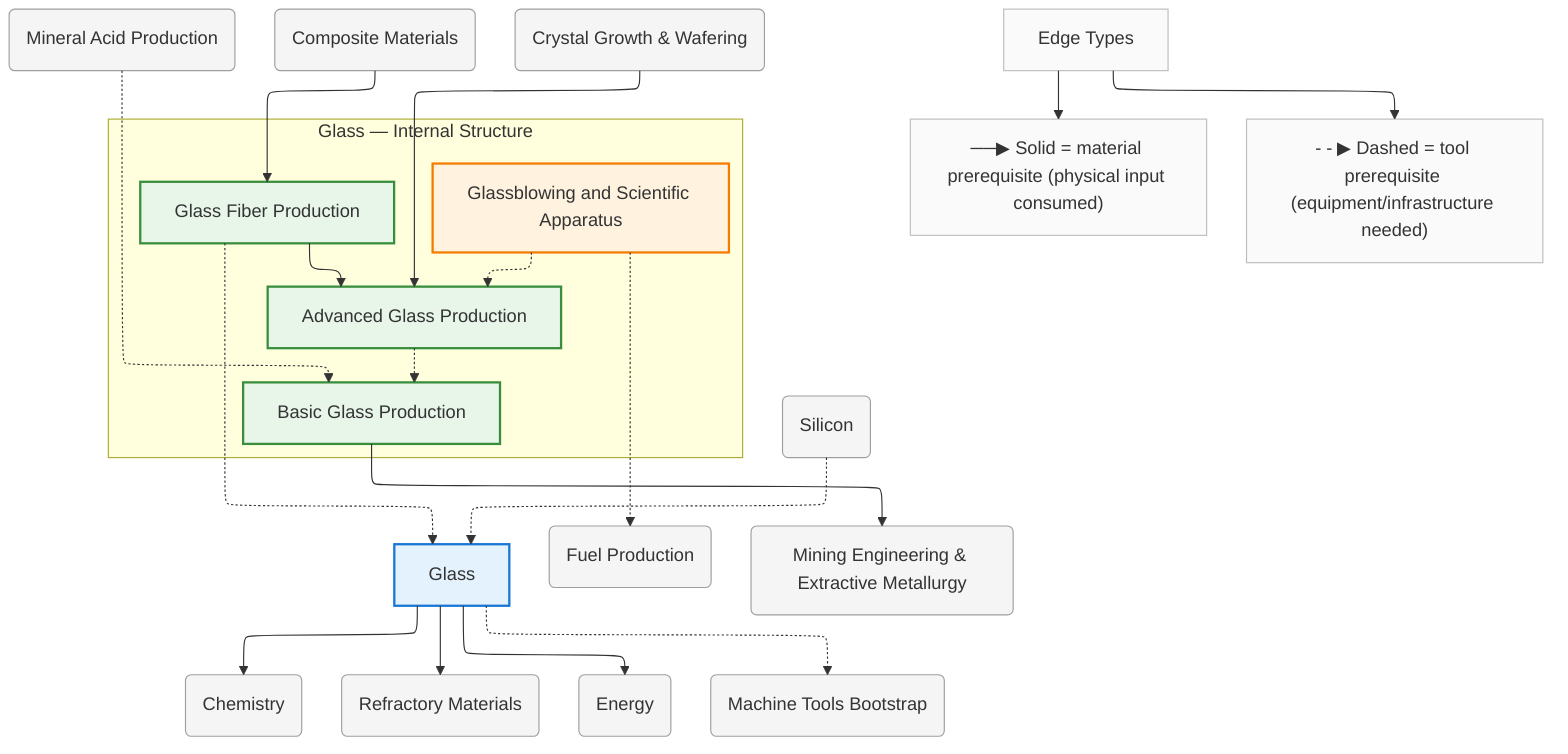
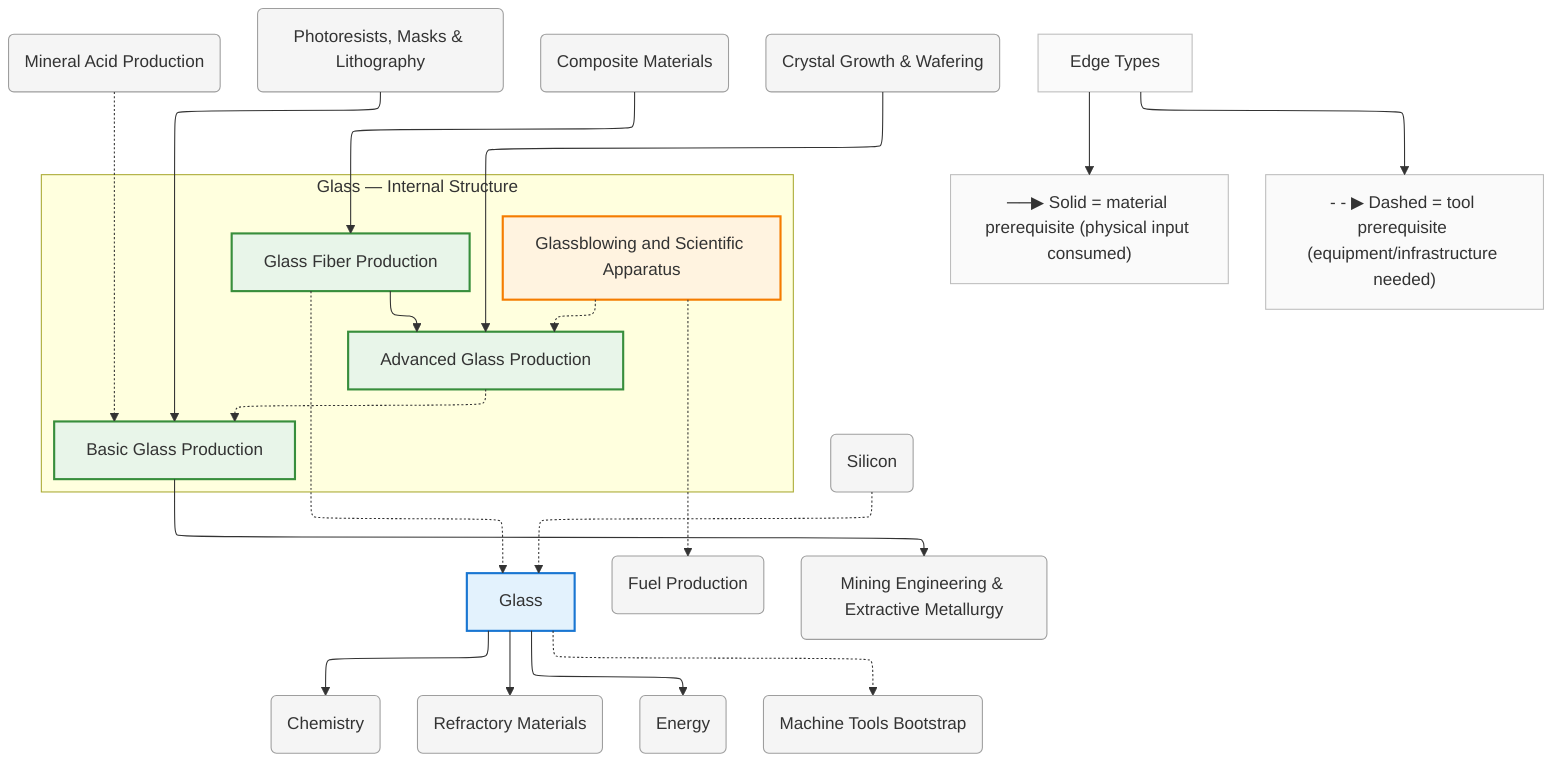
%%{init: {"flowchart": {"defaultRenderer": "elk", "htmlLabels": true}}}%%
graph TD
    %% Domain: Glass

    %% ==================== INTERNAL NODES ====================
    subgraph glass_internal ["Glass — Internal Structure"]
        direction TB
        glass_basic["Basic Glass Production"]
        glass_advanced["Advanced Glass Production"]
        glass_advanced_glassblowing["Glassblowing and Scientific Apparatus"]
        glass_fibers["Glass Fiber Production"]
    end

    %% ==================== DOMAIN NODE ====================
    glass["Glass"]

    %% ==================== EXTERNAL DEPENDENCIES ====================
    chemistry("Chemistry")
    chemistry_acids("Mineral Acid Production")
    chemistry_refractories("Refractory Materials")
    energy("Energy")
    energy_fuels("Fuel Production")
    machine-tools("Machine Tools Bootstrap")
    mining("Mining Engineering & Extractive Metallurgy")
+     photolithography_resists-masks("Photoresists, Masks & Lithography")
    polymers_composites("Composite Materials")
    silicon("Silicon")
    silicon_crystal-growth("Crystal Growth & Wafering")

    %% ==================== EDGES ====================
    glass_advanced -.-> glass_basic
    glass_advanced_glassblowing -.-> glass_advanced
    glass_fibers -.-> glass
    glass_fibers --> glass_advanced
    glass_basic --> mining
    chemistry_acids -.-> glass_basic
    glass -.-> machine-tools
    glass --> energy
    glass --> chemistry
    silicon -.-> glass
    silicon_crystal-growth --> glass_advanced
    glass_advanced_glassblowing -.-> energy_fuels
    glass --> chemistry_refractories
    polymers_composites --> glass_fibers
+     photolithography_resists-masks --> glass_basic

    %% ==================== EDGE TYPE LEGEND ====================
    EdgeLegend["Edge Types"]
    EdgeLegend --> MatNote["──▶ Solid = material prerequisite (physical input consumed)"]
    EdgeLegend --> ToolNote["- - ▶ Dashed = tool prerequisite (equipment/infrastructure needed)"]

    %% ==================== STYLING ====================
    classDef domain fill:#e3f2fd,stroke:#1976d2,stroke-width:2px
    classDef capability fill:#e8f5e9,stroke:#388e3c,stroke-width:2px
    classDef process fill:#fff3e0,stroke:#f57c00,stroke-width:2px
    classDef critical fill:#fff3e0,stroke:#f57c00,stroke-width:3px
    classDef earlyWin fill:#e8f5e9,stroke:#388e3c,stroke-width:3px
    classDef pinnacle fill:#fce4ec,stroke:#c62828,stroke-width:3px
    classDef external fill:#f5f5f5,stroke:#9e9e9e,stroke-width:1px
    classDef legend fill:#fafafa,stroke:#bdbdbd,stroke-width:1px
    class glass domain
    class glass_basic capability
    class glass_advanced capability
    class glass_advanced_glassblowing process
    class glass_fibers capability
    class chemistry external
    class chemistry_acids external
    class chemistry_refractories external
    class energy external
    class energy_fuels external
    class machine-tools external
    class mining external
+     class photolithography_resists-masks external
    class polymers_composites external
    class silicon external
    class silicon_crystal-growth external
    class EdgeLegend,MatNote,ToolNote legend
